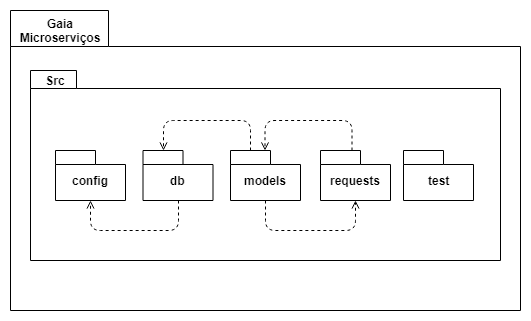
This is docs/assets/imgs/architecture/diagramaDePacotesMicrosservicos.png from fga-eps-mds/2019.1-Gaia, a draw.io export, as it was before one commit. Source tidied: cells renumbered, new cells last; positions are measured from the earlier drawing's top-left corner, leaving out a move shared by most shapes. The source it was exported from:
```xml
<mxGraphModel>
  <root>
    <mxCell id="0" />
    <mxCell id="1" parent="0" />
    <mxCell id="2" style="shape=folder;fontStyle=1;spacingTop=10;tabWidth=98;tabHeight=36;tabPosition=left;html=1;" parent="1" vertex="1">
      <mxGeometry width="510" height="300" as="geometry" />
    </mxCell>
    <mxCell id="3" value="&lt;b&gt;Gaia Microserviços&lt;/b&gt;" style="text;html=1;strokeColor=none;fillColor=none;align=center;verticalAlign=middle;whiteSpace=wrap;rounded=0;" parent="1" vertex="1">
      <mxGeometry x="30" y="10" width="40" height="20" as="geometry" />
    </mxCell>
    <mxCell id="4" style="shape=folder;fontStyle=1;spacingTop=10;tabWidth=46;tabHeight=18;tabPosition=left;html=1;" parent="1" vertex="1">
      <mxGeometry x="20" y="60" width="470" height="190" as="geometry" />
    </mxCell>
    <mxCell id="5" value="&lt;b&gt;Src&lt;/b&gt;" style="text;html=1;strokeColor=none;fillColor=none;align=center;verticalAlign=middle;whiteSpace=wrap;rounded=0;" parent="1" vertex="1">
      <mxGeometry x="20" y="60" width="50" height="20" as="geometry" />
    </mxCell>
    <mxCell id="6" value="config" style="shape=folder;fontStyle=1;spacingTop=10;tabWidth=40;tabHeight=14;tabPosition=left;html=1;" parent="1" vertex="1">
      <mxGeometry x="45" y="140" width="70" height="50" as="geometry" />
    </mxCell>
    <mxCell id="7" value="db" style="shape=folder;fontStyle=1;spacingTop=10;tabWidth=40;tabHeight=14;tabPosition=left;html=1;" parent="1" vertex="1">
      <mxGeometry x="132.5" y="140" width="70" height="50" as="geometry" />
    </mxCell>
    <mxCell id="8" value="models" style="shape=folder;fontStyle=1;spacingTop=10;tabWidth=40;tabHeight=14;tabPosition=left;html=1;" parent="1" vertex="1">
      <mxGeometry x="220" y="140" width="70" height="50" as="geometry" />
    </mxCell>
    <mxCell id="9" value="requests" style="shape=folder;fontStyle=1;spacingTop=10;tabWidth=40;tabHeight=14;tabPosition=left;html=1;" parent="1" vertex="1">
      <mxGeometry x="310" y="140" width="70" height="50" as="geometry" />
    </mxCell>
    <mxCell id="10" value="test" style="shape=folder;fontStyle=1;spacingTop=10;tabWidth=40;tabHeight=14;tabPosition=left;html=1;" parent="1" vertex="1">
      <mxGeometry x="393" y="140" width="70" height="50" as="geometry" />
    </mxCell>
    <mxCell id="11" style="endArrow=open;html=1;dashed=1;endFill=0;exitX=0.5;exitY=1;exitDx=0;exitDy=0;exitPerimeter=0;entryX=0.5;entryY=1;entryDx=0;entryDy=0;entryPerimeter=0;" parent="1" edge="1" source="7" target="6">
      <mxGeometry relative="1" as="geometry">
        <Array as="points">
          <mxPoint x="168" y="220" />
          <mxPoint x="80" y="220" />
        </Array>
      </mxGeometry>
    </mxCell>
    <mxCell id="12" style="endArrow=open;html=1;dashed=1;exitX=0;exitY=0;exitDx=20;exitDy=0;exitPerimeter=0;entryX=0;entryY=0;entryDx=20;entryDy=0;entryPerimeter=0;endFill=0;" parent="1" edge="1" source="8" target="7">
      <mxGeometry relative="1" as="geometry">
        <Array as="points">
          <mxPoint x="240" y="110" />
          <mxPoint x="153" y="110" />
        </Array>
      </mxGeometry>
    </mxCell>
    <mxCell id="13" style="endArrow=open;html=1;dashed=1;exitX=0;exitY=0;exitDx=20;exitDy=0;exitPerimeter=0;entryX=0;entryY=0;entryDx=20;entryDy=0;entryPerimeter=0;endFill=0;" parent="1" edge="1">
      <mxGeometry relative="1" as="geometry">
        <mxPoint x="341.5" y="140" as="sourcePoint" />
        <mxPoint x="254.5" y="140" as="targetPoint" />
        <Array as="points">
          <mxPoint x="341.5" y="110" />
          <mxPoint x="254.5" y="110" />
        </Array>
      </mxGeometry>
    </mxCell>
    <mxCell id="14" style="endArrow=open;html=1;dashed=1;exitX=0.5;exitY=1;exitDx=0;exitDy=0;exitPerimeter=0;entryX=0.5;entryY=1;entryDx=0;entryDy=0;entryPerimeter=0;endFill=0;" parent="1" edge="1" source="8" target="9">
      <mxGeometry relative="1" as="geometry">
        <Array as="points">
          <mxPoint x="255" y="220" />
          <mxPoint x="345" y="220" />
        </Array>
      </mxGeometry>
    </mxCell>
  </root>
</mxGraphModel>
```
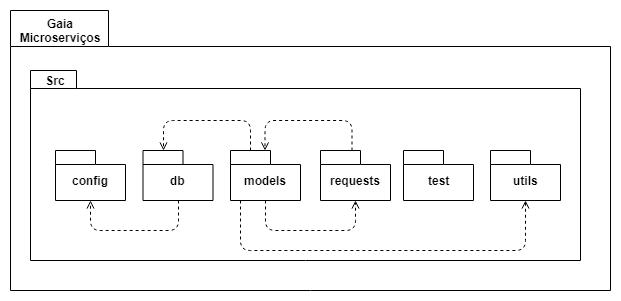
The same file after the commit.

What changed in the source:
```diff
@@ -3,13 +3,13 @@
     <mxCell id="0" />
     <mxCell id="1" parent="0" />
     <mxCell id="2" style="shape=folder;fontStyle=1;spacingTop=10;tabWidth=98;tabHeight=36;tabPosition=left;html=1;" parent="1" vertex="1">
-      <mxGeometry width="510" height="300" as="geometry" />
+      <mxGeometry width="600" height="280" as="geometry" />
     </mxCell>
     <mxCell id="3" value="&lt;b&gt;Gaia Microserviços&lt;/b&gt;" style="text;html=1;strokeColor=none;fillColor=none;align=center;verticalAlign=middle;whiteSpace=wrap;rounded=0;" parent="1" vertex="1">
       <mxGeometry x="30" y="10" width="40" height="20" as="geometry" />
     </mxCell>
     <mxCell id="4" style="shape=folder;fontStyle=1;spacingTop=10;tabWidth=46;tabHeight=18;tabPosition=left;html=1;" parent="1" vertex="1">
-      <mxGeometry x="20" y="60" width="470" height="190" as="geometry" />
+      <mxGeometry x="20" y="60" width="550" height="190" as="geometry" />
     </mxCell>
     <mxCell id="5" value="&lt;b&gt;Src&lt;/b&gt;" style="text;html=1;strokeColor=none;fillColor=none;align=center;verticalAlign=middle;whiteSpace=wrap;rounded=0;" parent="1" vertex="1">
       <mxGeometry x="20" y="60" width="50" height="20" as="geometry" />
@@ -63,5 +63,17 @@
         </Array>
       </mxGeometry>
     </mxCell>
+    <mxCell id="15" value="utils" style="shape=folder;fontStyle=1;spacingTop=10;tabWidth=40;tabHeight=14;tabPosition=left;html=1;" parent="1" vertex="1">
+      <mxGeometry x="480" y="140" width="70" height="50" as="geometry" />
+    </mxCell>
+    <mxCell id="16" style="endArrow=open;html=1;dashed=1;exitX=0.5;exitY=1;exitDx=0;exitDy=0;exitPerimeter=0;entryX=0.5;entryY=1;entryDx=0;entryDy=0;entryPerimeter=0;endFill=0;" parent="1" edge="1" target="15">
+      <mxGeometry relative="1" as="geometry">
+        <mxPoint x="230" y="190" as="sourcePoint" />
+        <Array as="points">
+          <mxPoint x="230" y="240" />
+          <mxPoint x="515" y="240" />
+        </Array>
+      </mxGeometry>
+    </mxCell>
   </root>
 </mxGraphModel>
```
